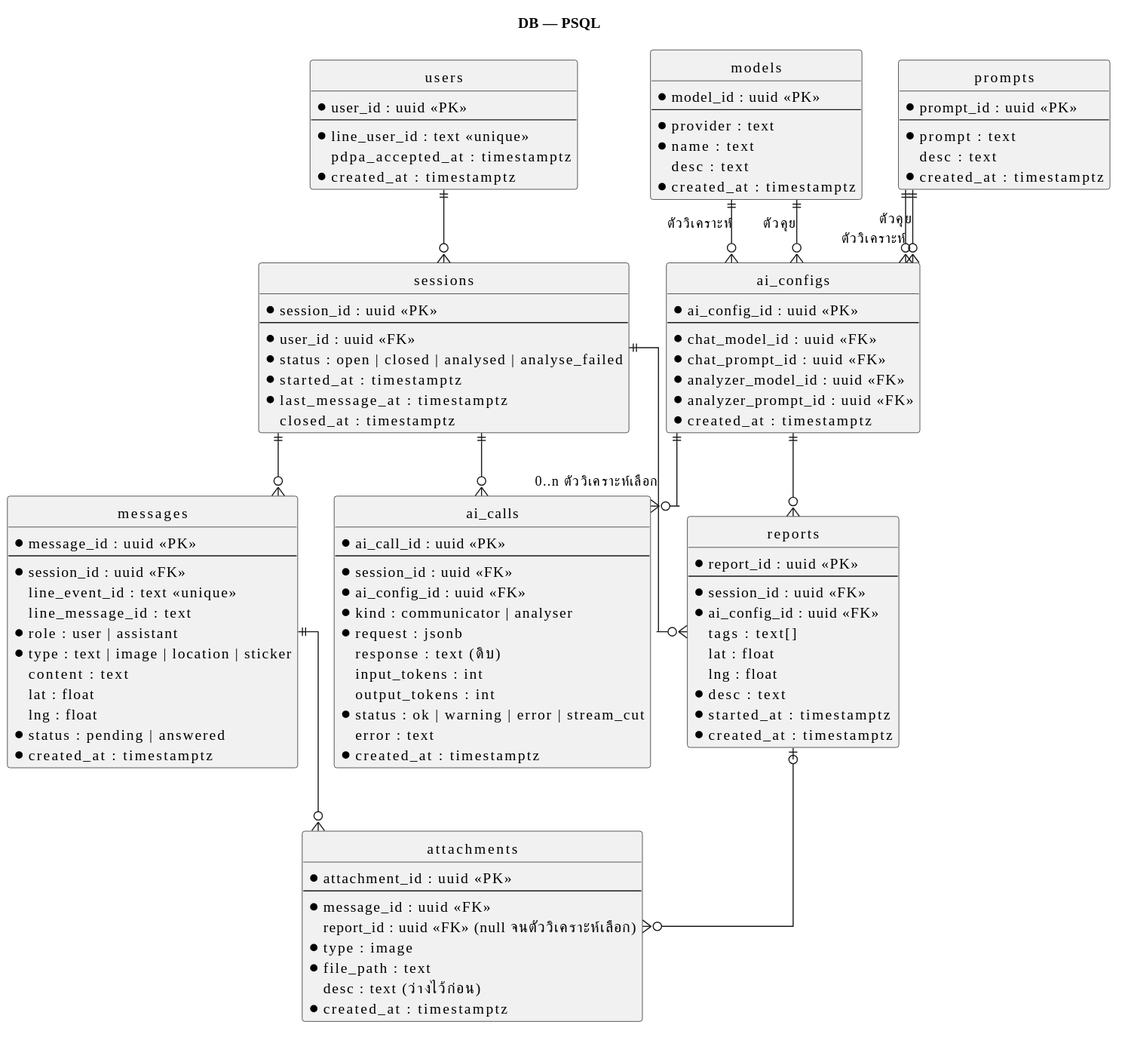
The PlantUML diagram docs/designs/07-dbdiagram/db.svg in tonkitcstu/ucr-smartcity_chatbot, before a commit.
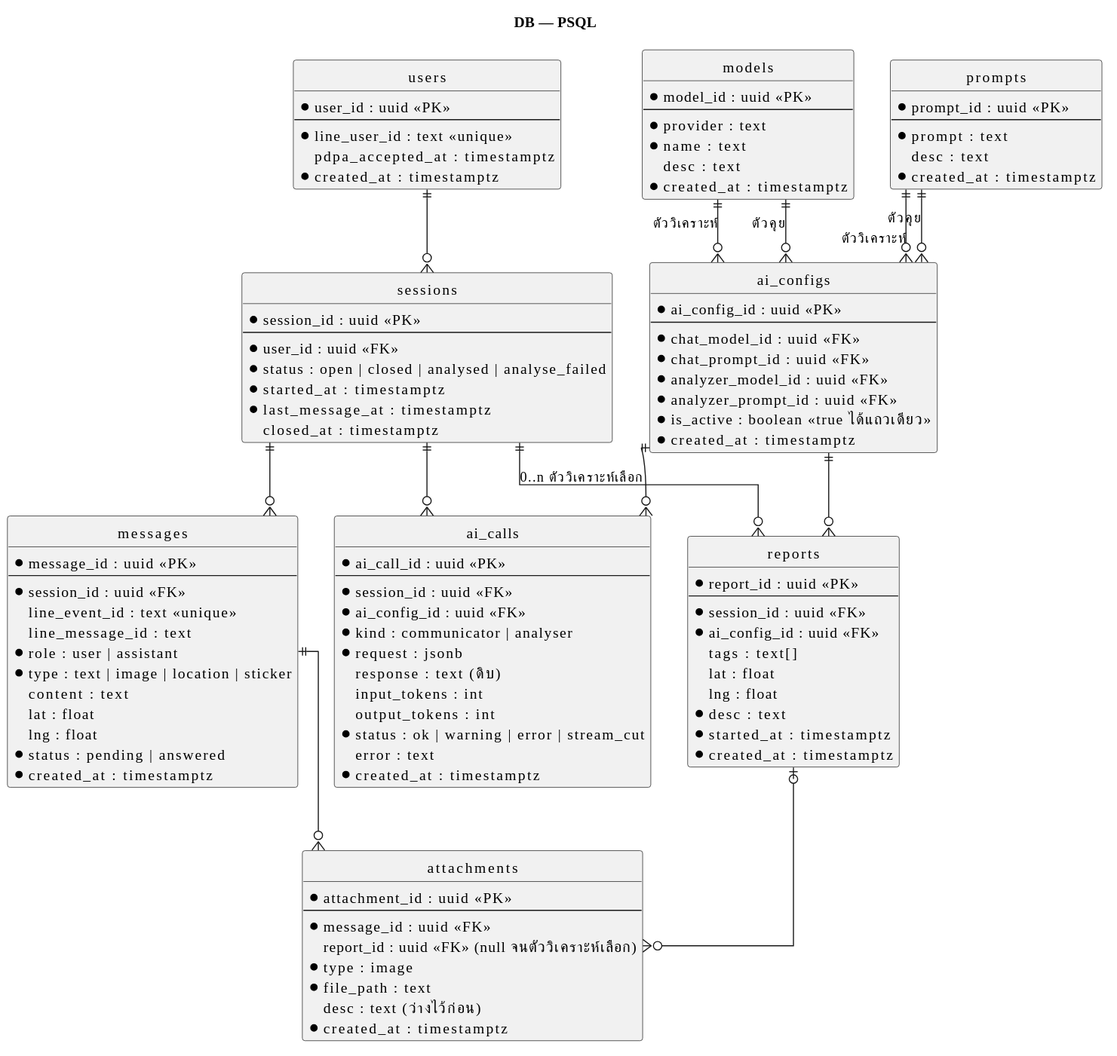
After the change.

Commit message:
docs(designs): เลือกบน DB ได้ว่าจะใช้ ai_configs แถวไหน — คอลัมน์ is_active มีแถวที่ใช้ได้แถวเดียว · เปิดแอปไม่มีแถวที่ใช้จึงใส่ค่าตั้งต้น · แอดมินสลับด้วยสองคำสั่งใน transaction (#242)

What changed in the source:
```diff
@@ -86,6 +86,7 @@
   * chat_prompt_id : uuid <<FK>>
   * analyzer_model_id : uuid <<FK>>
   * analyzer_prompt_id : uuid <<FK>>
+  * is_active : boolean <<true ได้แถวเดียว>>
   * created_at : timestamptz
 }
 
```
